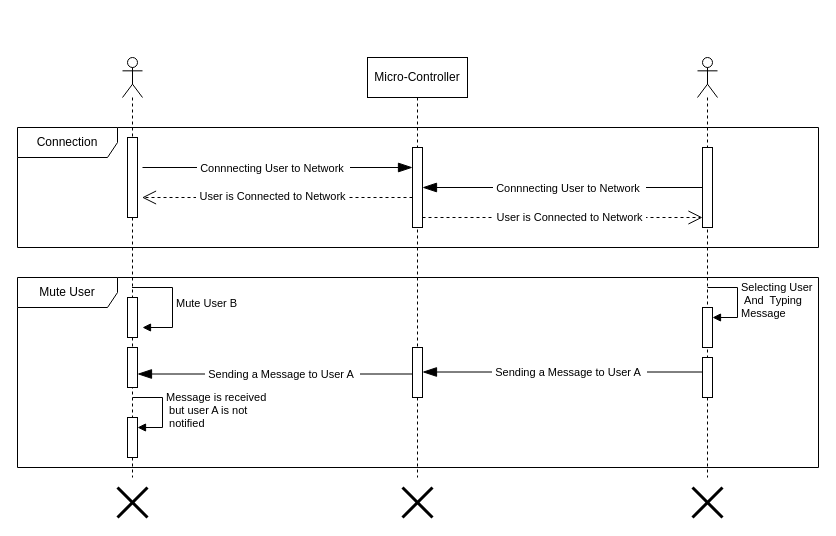
Above: Figures/Sequence Diagram/Draw-io/AndroCom_SequenceDiagram_MuteUser.drawio in imharris24/AndroCom-Android (draw.io), before the change. Source tidied: cells renumbered, new cells numbered last; positions are measured from the earlier drawing's top-left corner, leaving out a move shared by most shapes. Both pictures are drawn from the tidied source at 100%, with x=0, y=0 at pixel (17, 57).
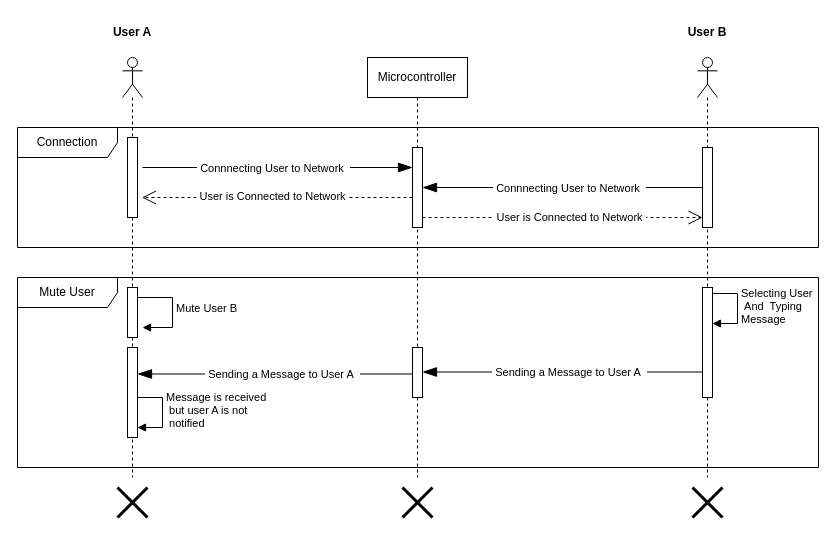
Above is the later version.

Commit message (it also covers changes not shown here):
Updating Sequence Diagram

The change refers to these unchanged cells:
```xml
<mxCell id="3" style="shape=umlLifeline;perimeter=lifelinePerimeter;whiteSpace=wrap;html=1;outlineConnect=0;portConstraint=eastwest;newEdgeStyle={&quot;curved&quot;:0,&quot;rounded&quot;:0};participant=umlActor;" parent="1" vertex="1">
  <mxGeometry x="105" width="20" height="420" as="geometry" />
</mxCell>
<mxCell id="11" style="shape=umlLifeline;perimeter=lifelinePerimeter;whiteSpace=wrap;html=1;newEdgeStyle={&quot;curved&quot;:0,&quot;rounded&quot;:0};participant=umlActor;" parent="1" vertex="1">
  <mxGeometry x="680" width="20" height="420" as="geometry" />
</mxCell>
```

What changed in the source:
```diff
@@
+    <mxCell id="28" value="Mute User B" style="html=1;align=left;spacingLeft=2;endArrow=block;rounded=0;edgeStyle=orthogonalEdgeStyle;curved=0;rounded=0;" parent="1" edge="1" source="3">
+      <mxGeometry x="0.01" relative="1" as="geometry">
+        <mxPoint x="125" y="270" as="targetPoint" />
+        <Array as="points">
+          <mxPoint x="155" y="240" />
+          <mxPoint x="155" y="270" />
+        </Array>
+      </mxGeometry>
+    </mxCell>
-    <mxCell id="2" value="Micro-Controller" style="shape=umlLifeline;perimeter=lifelinePerimeter;whiteSpace=wrap;html=1;newEdgeStyle={&quot;edgeStyle&quot;:&quot;elbowEdgeStyle&quot;,&quot;elbow&quot;:&quot;vertical&quot;,&quot;curved&quot;:0,&quot;rounded&quot;:0};" parent="1" vertex="1">
+    <mxCell id="2" value="Microcontroller" style="shape=umlLifeline;perimeter=lifelinePerimeter;whiteSpace=wrap;html=1;newEdgeStyle={&quot;edgeStyle&quot;:&quot;elbowEdgeStyle&quot;,&quot;elbow&quot;:&quot;vertical&quot;,&quot;curved&quot;:0,&quot;rounded&quot;:0};" parent="1" vertex="1">
       <mxGeometry x="350" width="100" height="420" as="geometry" />
     </mxCell>
@@
+    <mxCell id="8" value="Message is received&lt;br&gt;&amp;nbsp;but user A is not&lt;br&gt;&amp;nbsp;notified&amp;nbsp;" style="html=1;align=left;spacingLeft=2;endArrow=block;rounded=0;edgeStyle=orthogonalEdgeStyle;curved=0;rounded=0;" parent="3" edge="1">
+      <mxGeometry relative="1" as="geometry">
+        <mxPoint x="10" y="340" as="sourcePoint" />
+        <mxPoint x="15" y="370" as="targetPoint" />
+        <Array as="points">
+          <mxPoint x="40" y="370" />
+        </Array>
+      </mxGeometry>
+    </mxCell>
@@
     <mxCell id="5" style="html=1;perimeter=orthogonalPerimeter;targetShapes=umlLifeline;newEdgeStyle={&quot;curved&quot;:0,&quot;rounded&quot;:0};" parent="3" vertex="1">
-      <mxGeometry x="5" y="240" width="10" height="40" as="geometry" />
+      <mxGeometry x="5" y="230" width="10" height="50" as="geometry" />
     </mxCell>
     <mxCell id="6" style="html=1;perimeter=orthogonalPerimeter;targetShapes=umlLifeline;newEdgeStyle={&quot;curved&quot;:0,&quot;rounded&quot;:0};" parent="3" vertex="1">
-      <mxGeometry x="5" y="290" width="10" height="40" as="geometry" />
+      <mxGeometry x="5" y="290" width="10" height="90" as="geometry" />
     </mxCell>
-    <mxCell id="7" style="html=1;points=[[0,0,0,0,5],[0,1,0,0,-5],[1,0,0,0,5],[1,1,0,0,-5]];perimeter=orthogonalPerimeter;outlineConnect=0;targetShapes=umlLifeline;portConstraint=eastwest;newEdgeStyle={&quot;curved&quot;:0,&quot;rounded&quot;:0};" parent="3" vertex="1">
-      <mxGeometry x="5" y="360" width="10" height="40" as="geometry" />
-    </mxCell>
-    <mxCell id="8" value="Message is received&lt;br&gt;&amp;nbsp;but user A is not&lt;br&gt;&amp;nbsp;notified&amp;nbsp;" style="html=1;align=left;spacingLeft=2;endArrow=block;rounded=0;edgeStyle=orthogonalEdgeStyle;curved=0;rounded=0;" parent="3" edge="1" target="7">
-      <mxGeometry relative="1" as="geometry">
-        <mxPoint x="10" y="340" as="sourcePoint" />
-        <Array as="points">
-          <mxPoint x="40" y="370" />
-        </Array>
-      </mxGeometry>
-    </mxCell>
@@
+    <mxCell id="15" value="Selecting User&lt;br&gt;&amp;nbsp;And&amp;nbsp; Typing&amp;nbsp;&lt;br&gt;Message" style="html=1;align=left;spacingLeft=2;endArrow=block;rounded=0;edgeStyle=orthogonalEdgeStyle;curved=0;rounded=0;" parent="11" edge="1">
+      <mxGeometry relative="1" as="geometry">
+        <mxPoint x="10" y="236" as="sourcePoint" />
+        <mxPoint x="15" y="266" as="targetPoint" />
+        <Array as="points">
+          <mxPoint x="40" y="266" />
+        </Array>
+      </mxGeometry>
+    </mxCell>
     <mxCell id="13" style="html=1;perimeter=orthogonalPerimeter;targetShapes=umlLifeline;newEdgeStyle={&quot;curved&quot;:0,&quot;rounded&quot;:0};" parent="11" vertex="1">
-      <mxGeometry x="5" y="300" width="10" height="40" as="geometry" />
+      <mxGeometry x="5" y="230" width="10" height="110" as="geometry" />
     </mxCell>
-    <mxCell id="14" style="html=1;points=[[0,0,0,0,5],[0,1,0,0,-5],[1,0,0,0,5],[1,1,0,0,-5]];perimeter=orthogonalPerimeter;outlineConnect=0;targetShapes=umlLifeline;portConstraint=eastwest;newEdgeStyle={&quot;curved&quot;:0,&quot;rounded&quot;:0};" parent="11" vertex="1">
-      <mxGeometry x="5" y="250" width="10" height="40" as="geometry" />
-    </mxCell>
-    <mxCell id="15" value="Selecting User&lt;br&gt;&amp;nbsp;And&amp;nbsp; Typing&amp;nbsp;&lt;br&gt;Message" style="html=1;align=left;spacingLeft=2;endArrow=block;rounded=0;edgeStyle=orthogonalEdgeStyle;curved=0;rounded=0;" parent="11" edge="1" target="14">
-      <mxGeometry relative="1" as="geometry">
-        <mxPoint x="10" y="230" as="sourcePoint" />
-        <Array as="points">
-          <mxPoint x="40" y="260" />
-        </Array>
-      </mxGeometry>
-    </mxCell>
@@
-    <mxCell id="28" value="Mute User B" style="html=1;align=left;spacingLeft=2;endArrow=block;rounded=0;edgeStyle=orthogonalEdgeStyle;curved=0;rounded=0;" parent="1" edge="1" source="3">
-      <mxGeometry x="0.01" relative="1" as="geometry">
-        <mxPoint x="125" y="270" as="targetPoint" />
-        <Array as="points">
-          <mxPoint x="155" y="230" />
-          <mxPoint x="155" y="270" />
-        </Array>
-      </mxGeometry>
-    </mxCell>
@@
+    <mxCell id="34" value="&lt;b style=&quot;border-color: var(--border-color);&quot;&gt;User A&lt;/b&gt;" style="text;html=1;strokeColor=none;fillColor=none;align=center;verticalAlign=middle;whiteSpace=wrap;rounded=0;" parent="1" vertex="1">
+      <mxGeometry x="85" y="-40" width="60" height="30" as="geometry" />
+    </mxCell>
+    <mxCell id="35" value="&lt;b style=&quot;border-color: var(--border-color);&quot;&gt;User B&lt;/b&gt;" style="text;html=1;strokeColor=none;fillColor=none;align=center;verticalAlign=middle;whiteSpace=wrap;rounded=0;" parent="1" vertex="1">
+      <mxGeometry x="660" y="-40" width="60" height="30" as="geometry" />
+    </mxCell>
```
